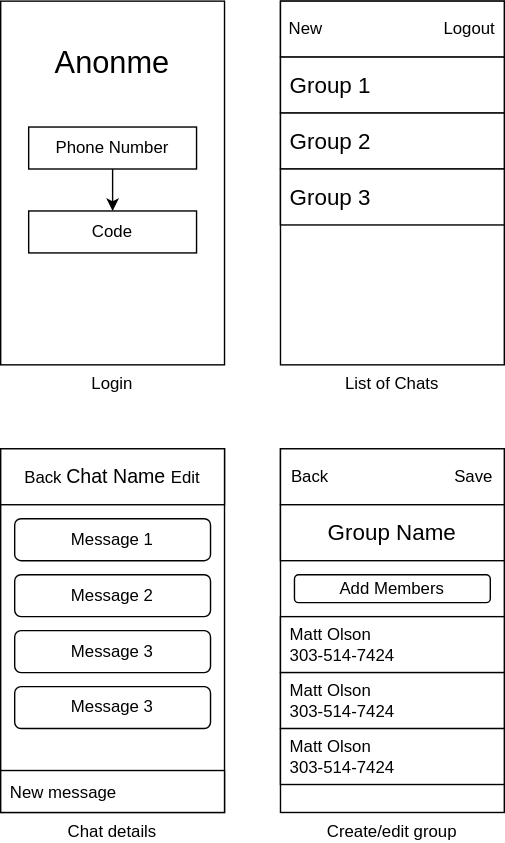
Earlier version of the draw.io export design.drawio.svg (molson194/Anonme3). Source tidied: cells renumbered, new cells last; positions are measured from the earlier drawing's top-left corner, leaving out a move shared by most shapes.
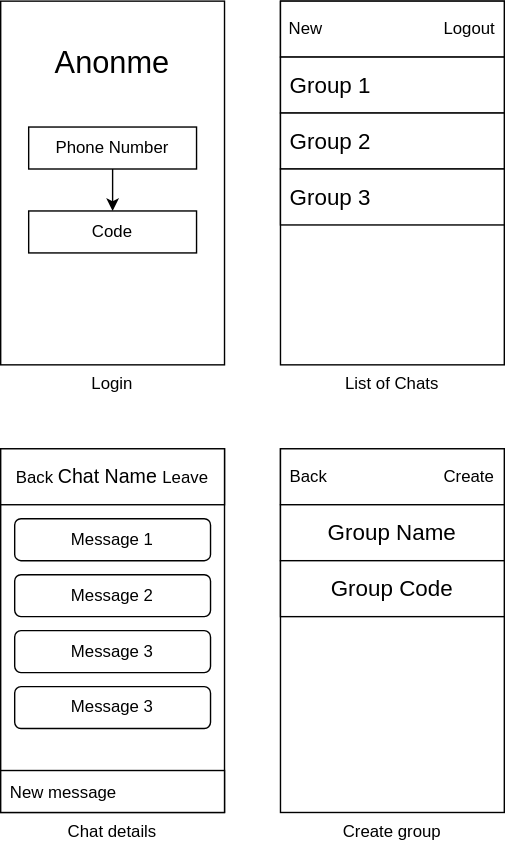
Above is the later version.

Diff of the diagram source:
```diff
@@ -11,7 +11,7 @@
     <mxCell id="4" value="Chat details" style="rounded=0;whiteSpace=wrap;html=1;verticalAlign=top;labelPosition=center;verticalLabelPosition=bottom;align=center;" parent="1" vertex="1">
       <mxGeometry y="320" width="160" height="260" as="geometry" />
     </mxCell>
-    <mxCell id="5" value="Create/edit group" style="rounded=0;whiteSpace=wrap;html=1;labelPosition=center;verticalLabelPosition=bottom;align=center;verticalAlign=top;" parent="1" vertex="1">
+    <mxCell id="5" value="Create group&lt;br&gt;" style="rounded=0;whiteSpace=wrap;html=1;labelPosition=center;verticalLabelPosition=bottom;align=center;verticalAlign=top;" parent="1" vertex="1">
       <mxGeometry x="200" y="320" width="160" height="260" as="geometry" />
     </mxCell>
     <mxCell id="6" style="edgeStyle=none;html=1;exitX=0.5;exitY=1;exitDx=0;exitDy=0;entryX=0.5;entryY=0;entryDx=0;entryDy=0;" parent="1" edge="1" source="7" target="8">
@@ -29,10 +29,10 @@
     <mxCell id="10" value="Anonme" style="text;html=1;strokeColor=none;fillColor=none;align=center;verticalAlign=middle;whiteSpace=wrap;rounded=0;fontSize=22;" parent="1" vertex="1">
       <mxGeometry x="50" y="30" width="60" height="30" as="geometry" />
     </mxCell>
-    <mxCell id="11" value="Back&amp;nbsp; &amp;nbsp;&amp;nbsp;&lt;font style=&quot;font-size: 14px&quot;&gt;Chat Name&lt;/font&gt;&amp;nbsp; &amp;nbsp; &amp;nbsp;Edit" style="rounded=0;whiteSpace=wrap;html=1;align=center;spacingLeft=0;" parent="1" vertex="1">
+    <mxCell id="11" value="Back&amp;nbsp; &amp;nbsp;&amp;nbsp;&lt;font style=&quot;font-size: 14px&quot;&gt;Chat Name&lt;/font&gt;&amp;nbsp; &amp;nbsp;Leave" style="rounded=0;whiteSpace=wrap;html=1;align=center;spacingLeft=0;" parent="1" vertex="1">
       <mxGeometry y="320" width="160" height="40" as="geometry" />
     </mxCell>
-    <mxCell id="12" value="Back&amp;nbsp; &amp;nbsp; &amp;nbsp; &amp;nbsp; &amp;nbsp; &amp;nbsp; &amp;nbsp; &amp;nbsp; &amp;nbsp; &amp;nbsp; &amp;nbsp; &amp;nbsp; &amp;nbsp; &amp;nbsp;Save" style="rounded=0;whiteSpace=wrap;html=1;align=center;spacingLeft=0;" parent="1" vertex="1">
+    <mxCell id="12" value="Back&amp;nbsp; &amp;nbsp; &amp;nbsp; &amp;nbsp; &amp;nbsp; &amp;nbsp; &amp;nbsp; &amp;nbsp; &amp;nbsp; &amp;nbsp; &amp;nbsp; &amp;nbsp; &amp;nbsp;Create" style="rounded=0;whiteSpace=wrap;html=1;align=center;spacingLeft=0;" parent="1" vertex="1">
       <mxGeometry x="200" y="320" width="160" height="40" as="geometry" />
     </mxCell>
     <mxCell id="13" value="&lt;font style=&quot;font-size: 12px;&quot;&gt;Message 1&lt;/font&gt;" style="rounded=1;whiteSpace=wrap;html=1;fontSize=12;verticalAlign=middle;horizontal=1;" parent="1" vertex="1">
@@ -62,17 +62,8 @@
     <mxCell id="21" value="Group Name" style="rounded=0;whiteSpace=wrap;html=1;fontSize=16;" parent="1" vertex="1">
       <mxGeometry x="200" y="360" width="160" height="40" as="geometry" />
     </mxCell>
-    <mxCell id="22" value="Matt Olson&lt;br&gt;303-514-7424" style="rounded=0;whiteSpace=wrap;html=1;fontSize=12;align=left;spacingLeft=5;" parent="1" vertex="1">
-      <mxGeometry x="200" y="440" width="160" height="40" as="geometry" />
-    </mxCell>
-    <mxCell id="23" value="Matt Olson&lt;br&gt;303-514-7424" style="rounded=0;whiteSpace=wrap;html=1;fontSize=12;align=left;spacingLeft=5;" parent="1" vertex="1">
-      <mxGeometry x="200" y="480" width="160" height="40" as="geometry" />
-    </mxCell>
-    <mxCell id="24" value="Matt Olson&lt;br&gt;303-514-7424" style="rounded=0;whiteSpace=wrap;html=1;fontSize=12;align=left;spacingLeft=5;" parent="1" vertex="1">
-      <mxGeometry x="200" y="520" width="160" height="40" as="geometry" />
-    </mxCell>
-    <mxCell id="25" value="Add Members" style="rounded=1;whiteSpace=wrap;html=1;fontSize=12;" parent="1" vertex="1">
-      <mxGeometry x="210" y="410" width="140" height="20" as="geometry" />
-    </mxCell>
+    <mxCell id="26" value="Group Code" style="rounded=0;whiteSpace=wrap;html=1;fontSize=16;" parent="1" vertex="1">
+      <mxGeometry x="200" y="400" width="160" height="40" as="geometry" />
+    </mxCell>
   </root>
 </mxGraphModel>
```
